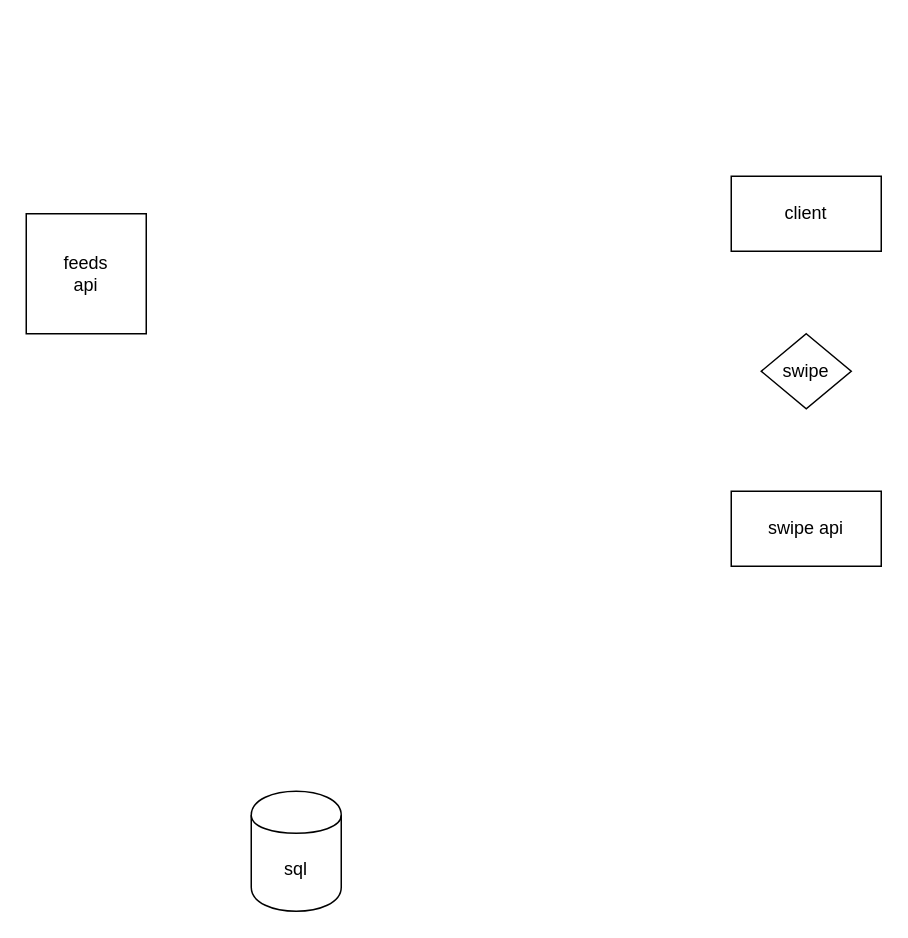
Earlier version of the draw.io diagram skill-swap.drawio (TenpennyUMFPOS/skill-swap). Source tidied: cells renumbered, new cells numbered last; positions are measured from the earlier drawing's top-left corner, leaving out a move shared by most shapes. Both pictures are drawn from the tidied source at 150%, with x=0, y=0 at pixel (26, 176).
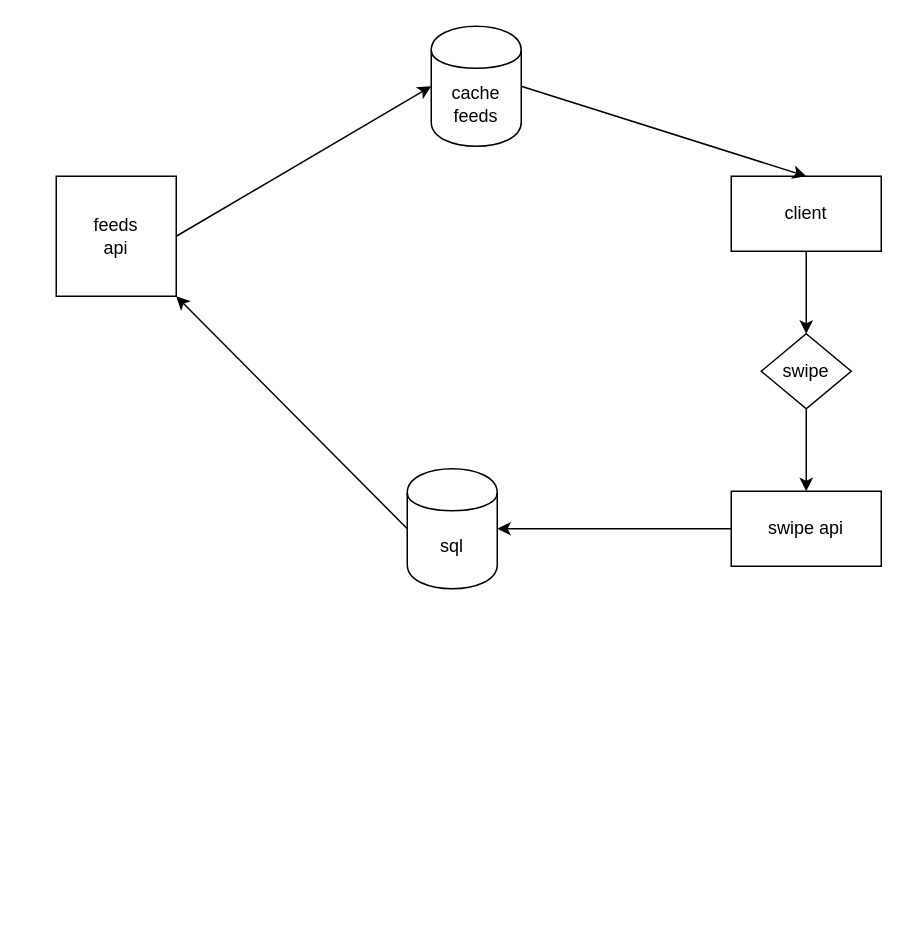
After the change.

Commit message (it also covers changes not shown here):
Mettre à jour skill-swap.drawio

Diff of the diagram source:
```diff
@@
 <mxGraphModel>
   <root>
     <mxCell id="0" />
     <mxCell id="1" parent="0" />
     <mxCell id="2" value="sql" style="shape=cylinder;whiteSpace=wrap;html=1;boundedLbl=1;backgroundOutline=1;" parent="1" vertex="1">
-      <mxGeometry x="150" y="410" width="60" height="80" as="geometry" />
+      <mxGeometry x="254" y="195" width="60" height="80" as="geometry" />
     </mxCell>
     <mxCell id="3" value="feeds&lt;br&gt;api" style="whiteSpace=wrap;html=1;" parent="1" vertex="1">
-      <mxGeometry y="25" width="80" height="80" as="geometry" />
+      <mxGeometry x="20" width="80" height="80" as="geometry" />
     </mxCell>
     <mxCell id="4" value="swipe" style="shape=rhombus;html=1;dashed=0;whiteSpace=wrap;perimeter=rhombusPerimeter;" parent="1" vertex="1">
       <mxGeometry x="490" y="105" width="60" height="50" as="geometry" />
     </mxCell>
     <mxCell id="5" value="client" style="html=1;dashed=0;whiteSpace=wrap;" parent="1" vertex="1">
       <mxGeometry x="470" width="100" height="50" as="geometry" />
     </mxCell>
     <mxCell id="6" value="swipe api" style="html=1;dashed=0;whiteSpace=wrap;" parent="1" vertex="1">
       <mxGeometry x="470" y="210" width="100" height="50" as="geometry" />
     </mxCell>
+    <mxCell id="7" style="endArrow=classic;html=1;rounded=0;exitX=0.5;exitY=1;exitDx=0;exitDy=0;entryX=0.5;entryY=0;entryDx=0;entryDy=0;" parent="1" edge="1" source="5" target="4">
+      <mxGeometry relative="1" as="geometry" />
+    </mxCell>
+    <mxCell id="8" style="endArrow=classic;html=1;rounded=0;exitX=0.5;exitY=1;exitDx=0;exitDy=0;entryX=0.5;entryY=0;entryDx=0;entryDy=0;" parent="1" edge="1" source="4" target="6">
+      <mxGeometry relative="1" as="geometry" />
+    </mxCell>
+    <mxCell id="9" style="endArrow=classic;html=1;rounded=0;entryX=1;entryY=0.5;entryDx=0;entryDy=0;exitX=0;exitY=0.5;exitDx=0;exitDy=0;" parent="1" edge="1" source="6" target="2">
+      <mxGeometry relative="1" as="geometry" />
+    </mxCell>
+    <mxCell id="10" style="endArrow=classic;html=1;rounded=0;entryX=1;entryY=1;entryDx=0;entryDy=0;exitX=0;exitY=0.5;exitDx=0;exitDy=0;" parent="1" edge="1" source="2" target="3">
+      <mxGeometry relative="1" as="geometry" />
+    </mxCell>
+    <mxCell id="11" value="cache&lt;br&gt;feeds" style="shape=cylinder;whiteSpace=wrap;html=1;boundedLbl=1;backgroundOutline=1;" parent="1" vertex="1">
+      <mxGeometry x="270" y="-100" width="60" height="80" as="geometry" />
+    </mxCell>
+    <mxCell id="12" style="endArrow=classic;html=1;rounded=0;exitX=1;exitY=0.5;exitDx=0;exitDy=0;entryX=0;entryY=0.5;entryDx=0;entryDy=0;" parent="1" edge="1" source="3" target="11">
+      <mxGeometry relative="1" as="geometry" />
+    </mxCell>
+    <mxCell id="13" style="endArrow=classic;html=1;rounded=0;exitX=1;exitY=0.5;exitDx=0;exitDy=0;entryX=0.5;entryY=0;entryDx=0;entryDy=0;" parent="1" edge="1" source="11" target="5">
+      <mxGeometry relative="1" as="geometry" />
+    </mxCell>
   </root>
 </mxGraphModel>
```
